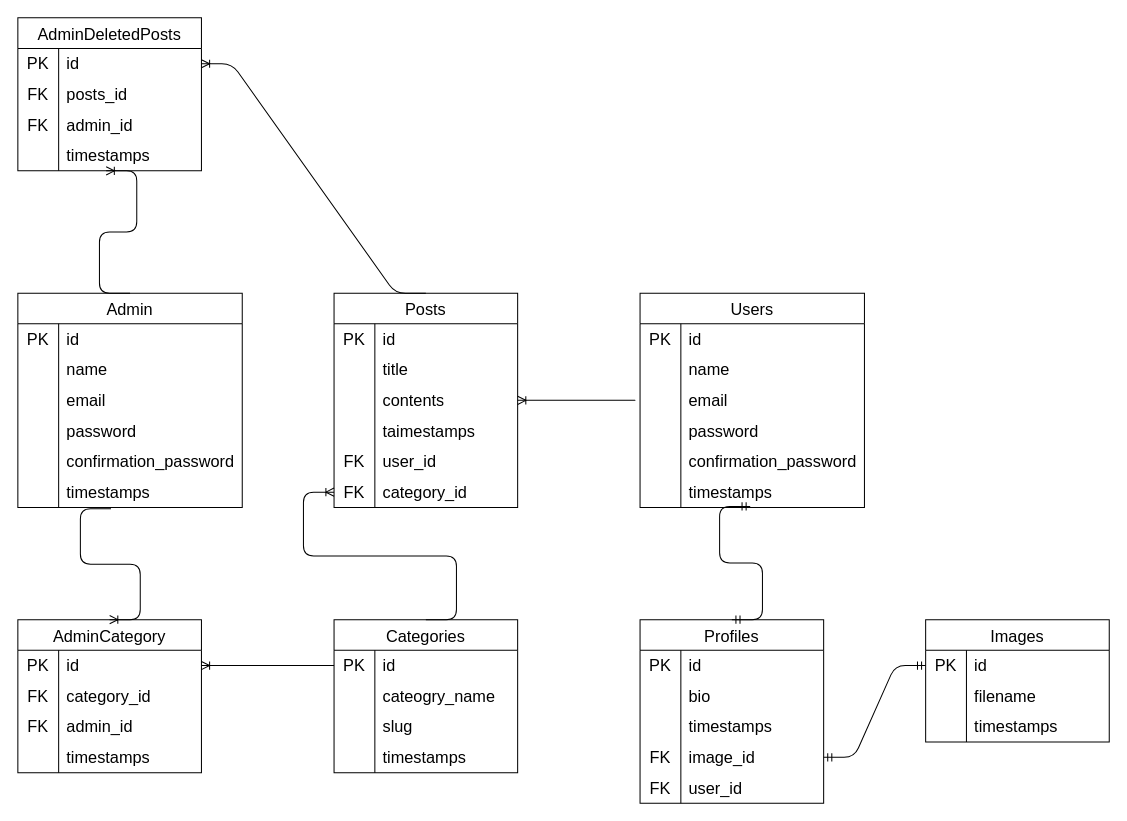
Above: ER_diargram.drawio in matsudaryuki92/BridgeBoard (draw.io), before the change. Source tidied: cells renumbered, new cells numbered last; positions are measured from the earlier drawing's top-left corner, leaving out a move shared by most shapes. Both pictures are drawn from the tidied source at 102%, with x=0, y=0 at pixel (7, 17).
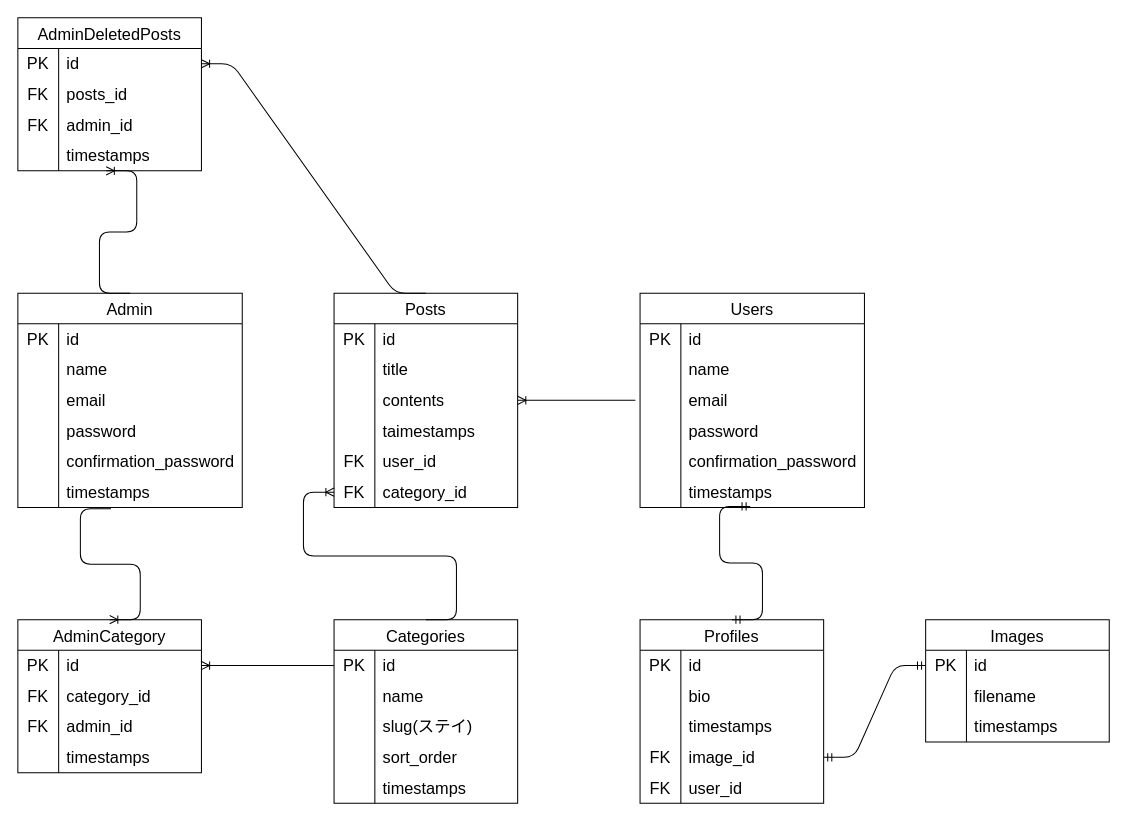
Above is the later version.

The change refers to these unchanged cells:
```xml
<mxCell id="73" style="shape=tableRow;horizontal=0;startSize=0;swimlaneHead=0;swimlaneBody=0;top=0;left=0;bottom=0;right=0;fillColor=none;strokeColor=inherit;fontSize=16;" parent="69" vertex="1">
  <mxGeometry y="60" width="180" height="30" as="geometry" />
</mxCell>
<mxCell id="76" style="shape=tableRow;horizontal=0;startSize=0;swimlaneHead=0;swimlaneBody=0;top=0;left=0;bottom=0;right=0;fillColor=none;strokeColor=inherit;fontSize=16;" parent="69" vertex="1">
  <mxGeometry y="90" width="180" height="30" as="geometry" />
</mxCell>
```

Change to the diagram source:
```diff
@@
     <mxCell id="69" value="Categories" style="shape=table;startSize=30;childLayout=tableLayout;rowLines=0;fontStyle=0;strokeColor=default;fontSize=16;" parent="1" vertex="1">
-      <mxGeometry x="320" y="590" width="180" height="150" as="geometry" />
+      <mxGeometry x="320" y="590" width="180" height="180" as="geometry" />
     </mxCell>
@@
-    <mxCell id="75" value="cateogry_name" style="shape=partialRectangle;html=1;whiteSpace=wrap;fillColor=none;top=0;left=0;bottom=0;right=0;align=left;spacingLeft=6;overflow=hidden;strokeColor=inherit;fontSize=16;" parent="73" vertex="1">
+    <mxCell id="75" value="name" style="shape=partialRectangle;html=1;whiteSpace=wrap;fillColor=none;top=0;left=0;bottom=0;right=0;align=left;spacingLeft=6;overflow=hidden;strokeColor=inherit;fontSize=16;" parent="73" vertex="1">
       <mxGeometry x="40" width="140" height="30" as="geometry" />
     </mxCell>
@@
-    <mxCell id="78" value="slug" style="shape=partialRectangle;html=1;whiteSpace=wrap;fillColor=none;top=0;left=0;bottom=0;right=0;align=left;spacingLeft=6;overflow=hidden;strokeColor=inherit;fontSize=16;" parent="76" vertex="1">
+    <mxCell id="78" value="slug(ステイ)" style="shape=partialRectangle;html=1;whiteSpace=wrap;fillColor=none;top=0;left=0;bottom=0;right=0;align=left;spacingLeft=6;overflow=hidden;strokeColor=inherit;fontSize=16;" parent="76" vertex="1">
       <mxGeometry x="40" width="140" height="30" as="geometry" />
     </mxCell>
+    <mxCell id="132" style="shape=tableRow;horizontal=0;startSize=0;swimlaneHead=0;swimlaneBody=0;top=0;left=0;bottom=0;right=0;fillColor=none;strokeColor=inherit;fontSize=16;" parent="69" vertex="1">
+      <mxGeometry y="120" width="180" height="30" as="geometry" />
+    </mxCell>
+    <mxCell id="133" style="shape=partialRectangle;html=1;whiteSpace=wrap;fillColor=none;top=0;left=0;bottom=0;right=0;overflow=hidden;strokeColor=inherit;fontSize=16;" parent="132" vertex="1">
+      <mxGeometry width="40" height="30" as="geometry" />
+    </mxCell>
+    <mxCell id="134" value="sort_order" style="shape=partialRectangle;html=1;whiteSpace=wrap;fillColor=none;top=0;left=0;bottom=0;right=0;align=left;spacingLeft=6;overflow=hidden;strokeColor=inherit;fontSize=16;" parent="132" vertex="1">
+      <mxGeometry x="40" width="140" height="30" as="geometry" />
+    </mxCell>
     <mxCell id="79" style="shape=tableRow;horizontal=0;startSize=0;swimlaneHead=0;swimlaneBody=0;top=0;left=0;bottom=0;right=0;fillColor=none;strokeColor=inherit;fontSize=16;" parent="69" vertex="1">
-      <mxGeometry y="120" width="180" height="30" as="geometry" />
+      <mxGeometry y="150" width="180" height="30" as="geometry" />
     </mxCell>
```
